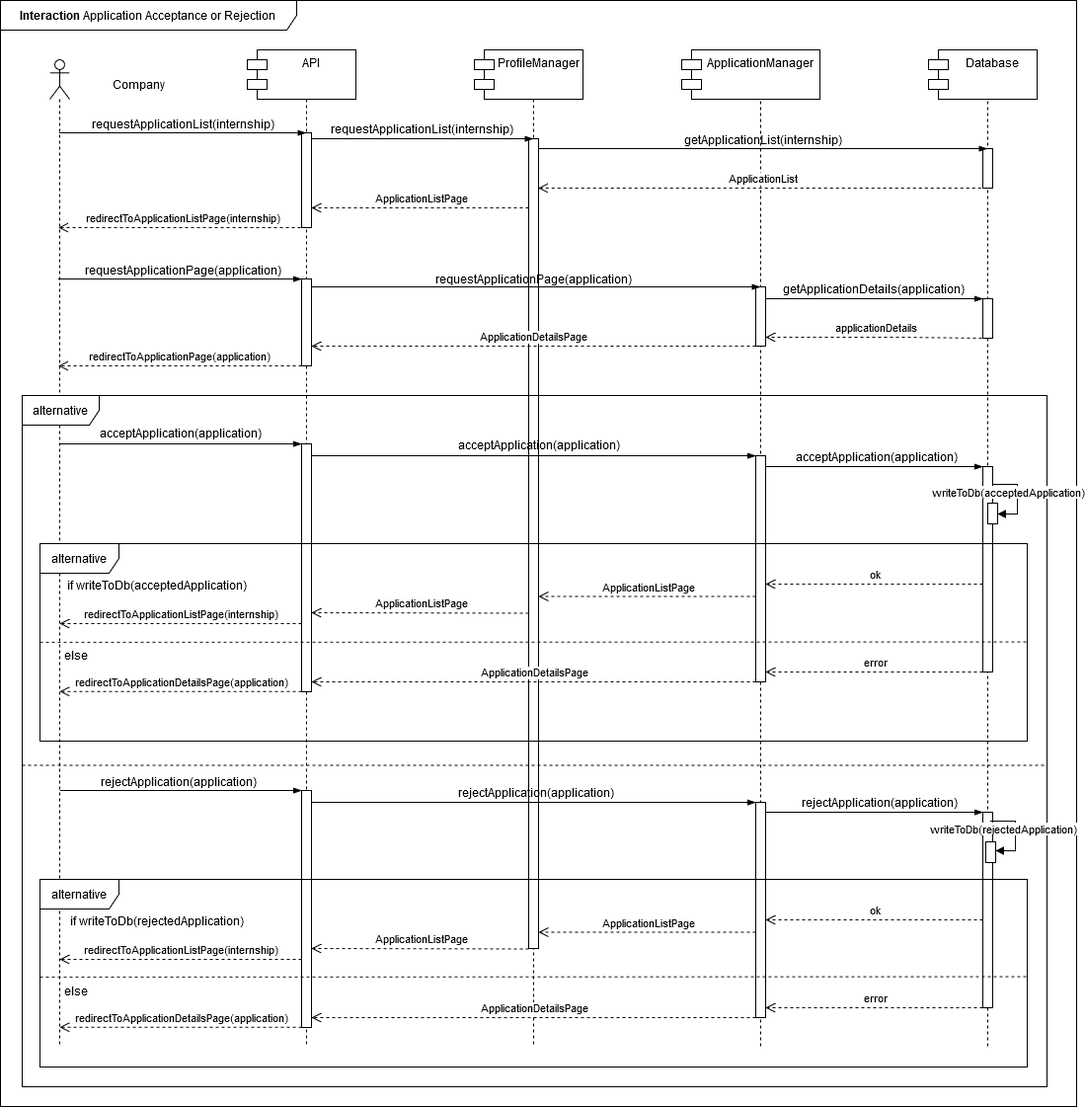
Before: DD/Images/Interactions/INT14_ApplicationAcceptanceOrRejection.drawio.png, a diagram exported from draw.io (edogriba/GribaldoRosa). Source tidied: cells renumbered, new cells last; positions are measured from the earlier drawing's top-left corner, leaving out a move shared by most shapes.
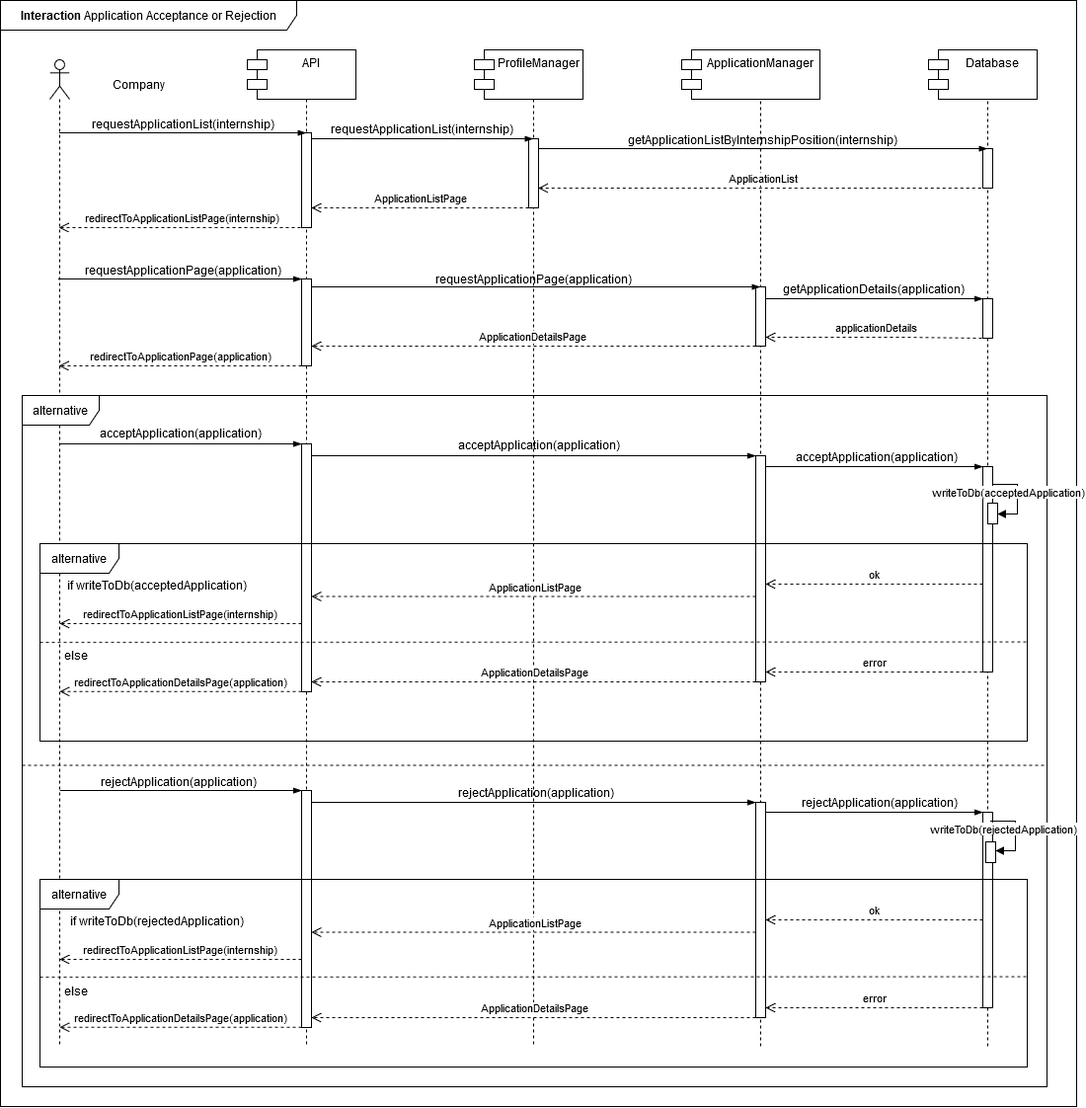
After the change.

Change to the diagram source:
```diff
@@ -51,7 +51,7 @@
       <mxGeometry x="490" y="60" width="100" height="1000" as="geometry" />
     </mxCell>
     <mxCell id="16" style="html=1;points=[[0,0,0,0,5],[0,1,0,0,-5],[1,0,0,0,5],[1,1,0,0,-5]];perimeter=orthogonalPerimeter;outlineConnect=0;targetShapes=umlLifeline;portConstraint=eastwest;newEdgeStyle={&quot;curved&quot;:0,&quot;rounded&quot;:0};" parent="15" vertex="1">
-      <mxGeometry x="45" y="80" width="10" height="820" as="geometry" />
+      <mxGeometry x="45" y="80" width="10" height="70" as="geometry" />
     </mxCell>
     <mxCell id="17" value="ProfileManager" style="shape=module;align=left;spacingLeft=20;align=center;verticalAlign=top;whiteSpace=wrap;html=1;" parent="1" vertex="1">
       <mxGeometry x="480" y="50" width="110" height="50" as="geometry" />
@@ -81,8 +81,8 @@
         </Array>
       </mxGeometry>
     </mxCell>
-    <mxCell id="25" value="getApplicationList(internship)" style="text;html=1;align=center;verticalAlign=middle;strokeColor=none;fillColor=none;" parent="1" vertex="1">
-      <mxGeometry x="682" y="126" width="180" height="30" as="geometry" />
+    <mxCell id="25" value="getApplicationListByInternshipPosition(internship)" style="text;html=1;align=center;verticalAlign=middle;strokeColor=none;fillColor=none;" parent="1" vertex="1">
+      <mxGeometry x="622" y="126" width="300" height="30" as="geometry" />
     </mxCell>
     <mxCell id="26" value="redirectToApplicationListPage(internship)" style="html=1;verticalAlign=bottom;endArrow=open;dashed=1;endSize=8;curved=0;rounded=0;" parent="1" edge="1" target="9">
       <mxGeometry relative="1" as="geometry">
@@ -256,10 +256,9 @@
         <mxPoint x="735" y="41" as="targetPoint" />
       </mxGeometry>
     </mxCell>
-    <mxCell id="58" value="ApplicationListPage" style="html=1;verticalAlign=bottom;endArrow=open;dashed=1;endSize=8;curved=0;rounded=0;" parent="54" edge="1">
+    <mxCell id="58" value="ApplicationListPage" style="html=1;verticalAlign=bottom;endArrow=open;dashed=1;endSize=8;curved=0;rounded=0;" parent="54" edge="1" target="7">
       <mxGeometry relative="1" as="geometry">
         <mxPoint x="725" y="53.5" as="sourcePoint" />
-        <mxPoint x="505" y="53.5" as="targetPoint" />
       </mxGeometry>
     </mxCell>
     <mxCell id="59" value="redirectToApplicationListPage(internship)" style="html=1;verticalAlign=bottom;endArrow=open;dashed=1;endSize=8;curved=0;rounded=0;" parent="54" edge="1">
@@ -292,12 +291,6 @@
         <mxPoint x="20" y="149.8" as="targetPoint" />
       </mxGeometry>
     </mxCell>
-    <mxCell id="65" value="ApplicationListPage" style="html=1;verticalAlign=bottom;endArrow=open;dashed=1;endSize=8;curved=0;rounded=0;" parent="54" edge="1">
-      <mxGeometry relative="1" as="geometry">
-        <mxPoint x="495" y="70.5" as="sourcePoint" />
-        <mxPoint x="275" y="70" as="targetPoint" />
-      </mxGeometry>
-    </mxCell>
     <mxCell id="66" style="html=1;points=[[0,0,0,0,5],[0,1,0,0,-5],[1,0,0,0,5],[1,1,0,0,-5]];perimeter=orthogonalPerimeter;outlineConnect=0;targetShapes=umlLifeline;portConstraint=eastwest;newEdgeStyle={&quot;curved&quot;:0,&quot;rounded&quot;:0};" parent="1" vertex="1">
       <mxGeometry x="995" y="822" width="10" height="198" as="geometry" />
     </mxCell>
@@ -365,10 +358,9 @@
         <mxPoint x="775" y="931" as="targetPoint" />
       </mxGeometry>
     </mxCell>
-    <mxCell id="79" value="ApplicationListPage" style="html=1;verticalAlign=bottom;endArrow=open;dashed=1;endSize=8;curved=0;rounded=0;" parent="1" edge="1">
+    <mxCell id="79" value="ApplicationListPage" style="html=1;verticalAlign=bottom;endArrow=open;dashed=1;endSize=8;curved=0;rounded=0;" parent="1" edge="1" target="8">
       <mxGeometry relative="1" as="geometry">
         <mxPoint x="765" y="943.5" as="sourcePoint" />
-        <mxPoint x="545" y="943.5" as="targetPoint" />
       </mxGeometry>
     </mxCell>
     <mxCell id="80" value="redirectToApplicationListPage(internship)" style="html=1;verticalAlign=bottom;endArrow=open;dashed=1;endSize=8;curved=0;rounded=0;" parent="1" edge="1">
@@ -404,11 +396,5 @@
         <mxPoint x="60" y="1039.8" as="targetPoint" />
       </mxGeometry>
     </mxCell>
-    <mxCell id="86" value="ApplicationListPage" style="html=1;verticalAlign=bottom;endArrow=open;dashed=1;endSize=8;curved=0;rounded=0;" parent="1" edge="1">
-      <mxGeometry relative="1" as="geometry">
-        <mxPoint x="535" y="960.5" as="sourcePoint" />
-        <mxPoint x="315" y="960" as="targetPoint" />
-      </mxGeometry>
-    </mxCell>
   </root>
 </mxGraphModel>
```
